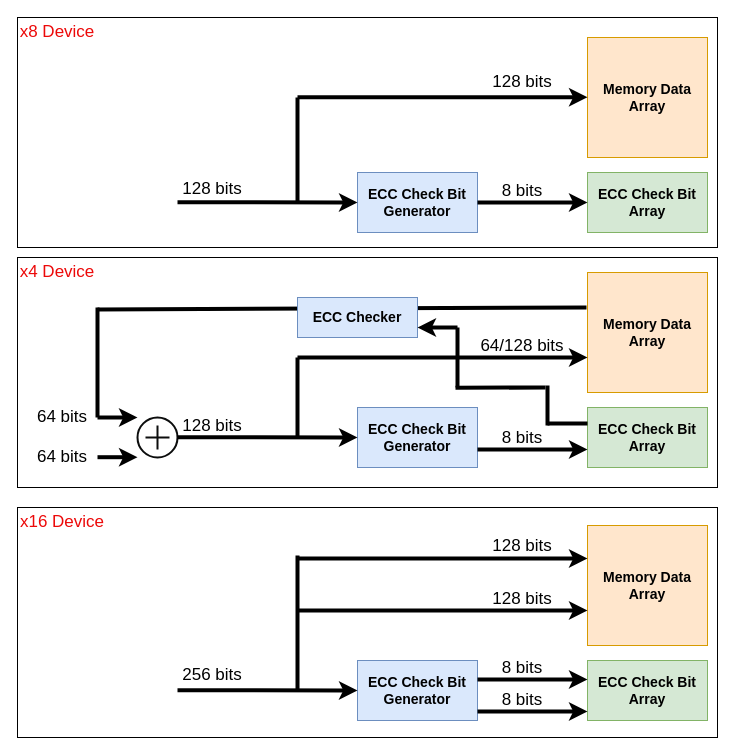
shingaridavesh/memoryandarchitecture keeps this draw.io diagram as docs/images/ecc/ondieeccwrite.drawio. Above is the earlier version. Source tidied: cells renumbered, new cells numbered last; positions are measured from the earlier drawing's top-left corner, leaving out a move shared by most shapes. Both pictures are drawn from the tidied source at 100%, with x=0, y=0 at pixel (17, 17).
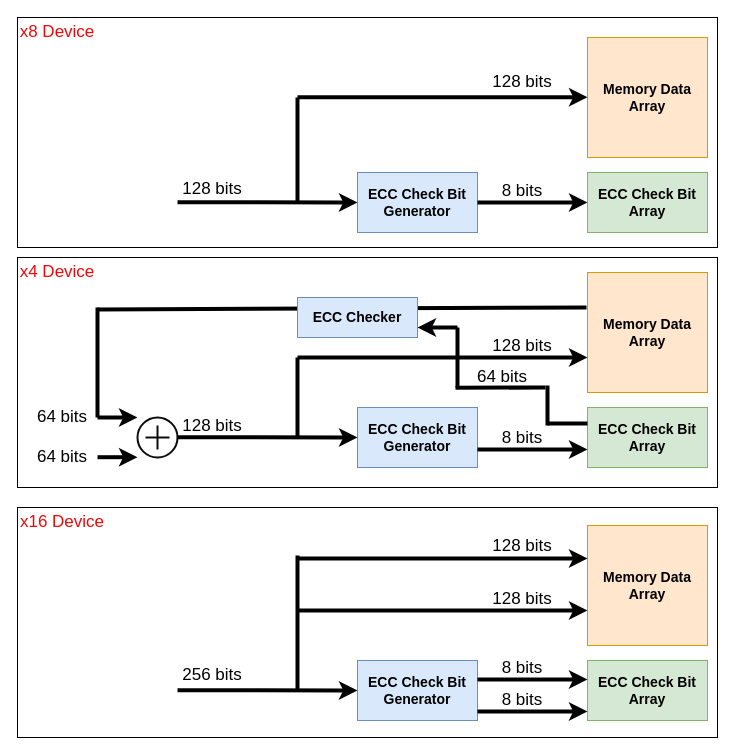
After the change.

The edit, as a diff of the source:
```diff
@@
-    <mxCell id="11" value="&lt;span&gt;&lt;font style=&quot;font-size: 17px;&quot;&gt;64/128 bits&lt;/font&gt;&lt;/span&gt;" style="text;html=1;align=center;verticalAlign=middle;whiteSpace=wrap;rounded=0;fontStyle=0;" parent="1" vertex="1">
+    <mxCell id="11" value="&lt;span&gt;&lt;font style=&quot;font-size: 17px;&quot;&gt;128 bits&lt;/font&gt;&lt;/span&gt;" style="text;html=1;align=center;verticalAlign=middle;whiteSpace=wrap;rounded=0;fontStyle=0;" parent="1" vertex="1">
       <mxGeometry x="460" y="314" width="90" height="30" as="geometry" />
     </mxCell>
@@
+    <mxCell id="55" value="&lt;span&gt;&lt;font style=&quot;font-size: 17px;&quot;&gt;64 bits&lt;/font&gt;&lt;/span&gt;" style="text;html=1;align=center;verticalAlign=middle;whiteSpace=wrap;rounded=0;fontStyle=0;" parent="1" vertex="1">
+      <mxGeometry x="440" y="345" width="90" height="30" as="geometry" />
+    </mxCell>
```
